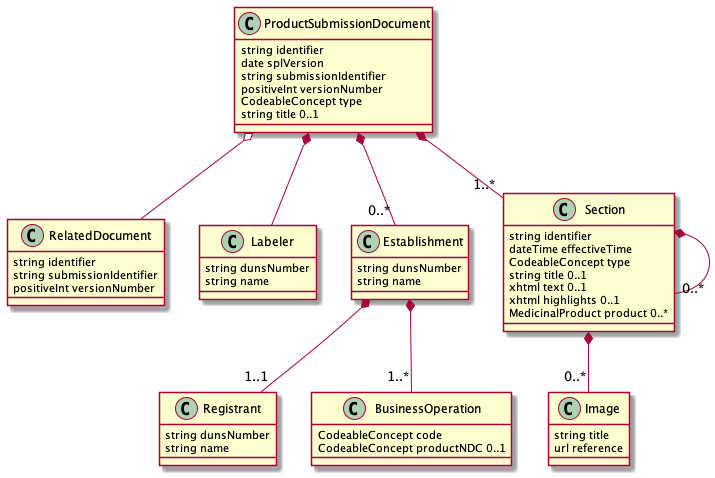
Earlier version of the PlantUML export input/images/ProductSubmissionDocumentLogicalModel.png (HL7/fhir-spl).
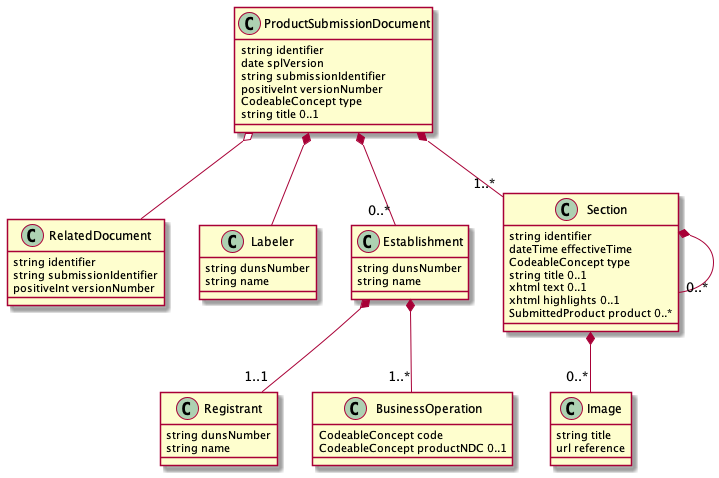
Later version of the same file.

Commit message:
Updated logical model name and a few fixes.

Change to the diagram source:
```diff
@@ -41,7 +41,7 @@
 	string title 0..1
 	xhtml text 0..1
 	xhtml highlights 0..1
-	MedicinalProduct product 0..*
+	SubmittedProduct product 0..*
 }
 Section *-- "0..*" Image
 class Image {
```
